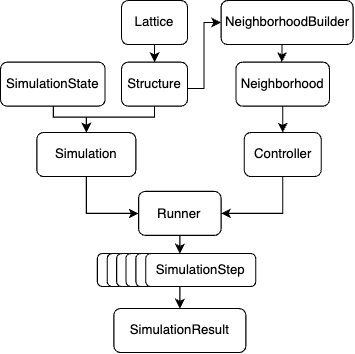
Above: paper/flowchart.png in mcgalcode/pylattica (draw.io), before the change. Source tidied: cells renumbered, new cells last; positions are measured from the earlier drawing's top-left corner, leaving out a move shared by most shapes. Its diagram source:
```xml
<mxGraphModel>
  <root>
    <mxCell id="0" />
    <mxCell id="1" parent="0" />
    <mxCell id="2" style="edgeStyle=orthogonalEdgeStyle;rounded=0;jettySize=auto;html=1;entryX=0;entryY=0.5;entryDx=0;entryDy=0;" parent="1" edge="1" source="3" target="8">
      <mxGeometry relative="1" as="geometry">
        <Array as="points">
          <mxPoint x="185" y="80" />
          <mxPoint x="185" y="20" />
        </Array>
      </mxGeometry>
    </mxCell>
    <mxCell id="3" value="Structure" style="rounded=1;whiteSpace=wrap;html=1;fontSize=12;glass=0;strokeWidth=1;shadow=0;" parent="1" vertex="1">
      <mxGeometry x="110" y="56" width="60" height="40" as="geometry" />
    </mxCell>
    <mxCell id="4" style="edgeStyle=orthogonalEdgeStyle;rounded=0;jettySize=auto;html=1;entryX=0.5;entryY=0;entryDx=0;entryDy=0;" parent="1" edge="1" target="7">
      <mxGeometry relative="1" as="geometry">
        <mxPoint x="48" y="96" as="sourcePoint" />
        <Array as="points">
          <mxPoint x="48" y="106" />
          <mxPoint x="78" y="106" />
        </Array>
      </mxGeometry>
    </mxCell>
    <mxCell id="5" value="SimulationState" style="rounded=1;whiteSpace=wrap;html=1;" parent="1" vertex="1">
      <mxGeometry y="56" width="95" height="40" as="geometry" />
    </mxCell>
    <mxCell id="6" style="edgeStyle=orthogonalEdgeStyle;rounded=0;jettySize=auto;html=1;exitX=0.5;exitY=1;exitDx=0;exitDy=0;entryX=0;entryY=0.5;entryDx=0;entryDy=0;" parent="1" edge="1" source="7" target="12">
      <mxGeometry relative="1" as="geometry" />
    </mxCell>
    <mxCell id="7" value="Simulation" style="rounded=1;whiteSpace=wrap;html=1;" parent="1" vertex="1">
      <mxGeometry x="33" y="120" width="90" height="40" as="geometry" />
    </mxCell>
    <mxCell id="8" value="NeighborhoodBuilder" style="rounded=1;whiteSpace=wrap;html=1;" parent="1" vertex="1">
      <mxGeometry x="200.5" width="120" height="40" as="geometry" />
    </mxCell>
    <mxCell id="9" style="edgeStyle=orthogonalEdgeStyle;rounded=0;jettySize=auto;html=1;exitX=0.5;exitY=1;exitDx=0;exitDy=0;entryX=0.5;entryY=0;entryDx=0;entryDy=0;" parent="1" edge="1" source="10" target="15">
      <mxGeometry relative="1" as="geometry" />
    </mxCell>
    <mxCell id="10" value="Neighborhood" style="rounded=1;whiteSpace=wrap;html=1;" parent="1" vertex="1">
      <mxGeometry x="214" y="56" width="85" height="40" as="geometry" />
    </mxCell>
    <mxCell id="11" style="edgeStyle=orthogonalEdgeStyle;rounded=0;jettySize=auto;html=1;exitX=0.5;exitY=1;exitDx=0;exitDy=0;entryX=0.5;entryY=0;entryDx=0;entryDy=0;" parent="1" edge="1" source="12">
      <mxGeometry relative="1" as="geometry">
        <mxPoint x="163" y="230" as="targetPoint" />
      </mxGeometry>
    </mxCell>
    <mxCell id="12" value="Runner" style="rounded=1;whiteSpace=wrap;html=1;" parent="1" vertex="1">
      <mxGeometry x="125.5" y="173.5" width="75" height="40" as="geometry" />
    </mxCell>
    <mxCell id="13" value="SimulationResult" style="rounded=1;whiteSpace=wrap;html=1;" parent="1" vertex="1">
      <mxGeometry x="103" y="280" width="120" height="40" as="geometry" />
    </mxCell>
    <mxCell id="14" style="edgeStyle=orthogonalEdgeStyle;rounded=0;jettySize=auto;html=1;exitX=0.5;exitY=1;exitDx=0;exitDy=0;entryX=1;entryY=0.5;entryDx=0;entryDy=0;" parent="1" edge="1" source="15" target="12">
      <mxGeometry relative="1" as="geometry" />
    </mxCell>
    <mxCell id="15" value="Controller" style="rounded=1;whiteSpace=wrap;html=1;" parent="1" vertex="1">
      <mxGeometry x="221.5" y="120" width="70" height="40" as="geometry" />
    </mxCell>
    <mxCell id="16" style="edgeStyle=orthogonalEdgeStyle;rounded=0;orthogonalLoop=1;jettySize=auto;html=1;exitX=0.5;exitY=1;exitDx=0;exitDy=0;" parent="1" edge="1">
      <mxGeometry relative="1" as="geometry">
        <mxPoint x="143" y="270" as="sourcePoint" />
        <mxPoint x="143" y="270" as="targetPoint" />
      </mxGeometry>
    </mxCell>
    <mxCell id="17" value="Lattice" style="rounded=1;whiteSpace=wrap;html=1;" parent="1" vertex="1">
      <mxGeometry x="110" width="60" height="40" as="geometry" />
    </mxCell>
    <mxCell id="18" style="edgeStyle=orthogonalEdgeStyle;rounded=0;jettySize=auto;html=1;exitX=0.5;exitY=1;exitDx=0;exitDy=0;entryX=0.5;entryY=0;entryDx=0;entryDy=0;" parent="1" edge="1" target="13">
      <mxGeometry relative="1" as="geometry">
        <mxPoint x="163" y="260" as="sourcePoint" />
      </mxGeometry>
    </mxCell>
    <mxCell id="19" style="endArrow=none;html=1;rounded=0;entryX=0.5;entryY=1;entryDx=0;entryDy=0;" parent="1" edge="1" target="3">
      <mxGeometry relative="1" as="geometry">
        <mxPoint x="70" y="106" as="sourcePoint" />
        <Array as="points">
          <mxPoint x="110" y="106" />
          <mxPoint x="140" y="106" />
        </Array>
      </mxGeometry>
    </mxCell>
    <mxCell id="20" value="SimulationStep" style="rounded=1;whiteSpace=wrap;html=1;" parent="1" vertex="1">
      <mxGeometry x="88" y="230" width="100" height="30" as="geometry" />
    </mxCell>
    <mxCell id="21" value="SimulationStep" style="rounded=1;whiteSpace=wrap;html=1;" parent="1" vertex="1">
      <mxGeometry x="97" y="230" width="100" height="30" as="geometry" />
    </mxCell>
    <mxCell id="22" value="SimulationStep" style="rounded=1;whiteSpace=wrap;html=1;" parent="1" vertex="1">
      <mxGeometry x="105.5" y="230" width="100" height="30" as="geometry" />
    </mxCell>
    <mxCell id="23" value="SimulationStep" style="rounded=1;whiteSpace=wrap;html=1;" parent="1" vertex="1">
      <mxGeometry x="114" y="230" width="100" height="30" as="geometry" />
    </mxCell>
    <mxCell id="24" value="SimulationStep" style="rounded=1;whiteSpace=wrap;html=1;" parent="1" vertex="1">
      <mxGeometry x="123" y="230" width="100" height="30" as="geometry" />
    </mxCell>
    <mxCell id="25" value="SimulationStep" style="rounded=1;whiteSpace=wrap;html=1;" parent="1" vertex="1">
      <mxGeometry x="132" y="230" width="100" height="30" as="geometry" />
    </mxCell>
    <mxCell id="26" style="endArrow=classic;html=1;rounded=0;exitX=0.5;exitY=1;exitDx=0;exitDy=0;" parent="1" edge="1" source="17" target="3">
      <mxGeometry relative="1" as="geometry" />
    </mxCell>
    <mxCell id="27" style="endArrow=classic;html=1;rounded=0;exitX=0.47;exitY=1.008;exitDx=0;exitDy=0;exitPerimeter=0;" parent="1" edge="1">
      <mxGeometry relative="1" as="geometry">
        <mxPoint x="255.9" y="40.3" as="sourcePoint" />
        <mxPoint x="255.7" y="56" as="targetPoint" />
      </mxGeometry>
    </mxCell>
  </root>
</mxGraphModel>
```
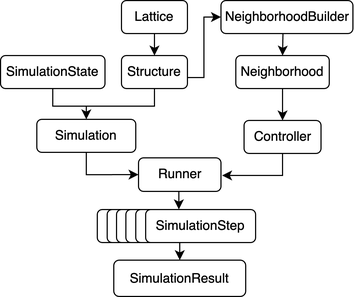
The same file after the commit.

Commit message:
Better resolution flowchart

The edit, as a diff of the source:
```diff
@@ -5,107 +5,104 @@
     <mxCell id="2" style="edgeStyle=orthogonalEdgeStyle;rounded=0;jettySize=auto;html=1;entryX=0;entryY=0.5;entryDx=0;entryDy=0;" parent="1" edge="1" source="3" target="8">
       <mxGeometry relative="1" as="geometry">
         <Array as="points">
-          <mxPoint x="185" y="80" />
-          <mxPoint x="185" y="20" />
+          <mxPoint x="185" y="70" />
+          <mxPoint x="185" y="15" />
         </Array>
       </mxGeometry>
     </mxCell>
     <mxCell id="3" value="Structure" style="rounded=1;whiteSpace=wrap;html=1;fontSize=12;glass=0;strokeWidth=1;shadow=0;" parent="1" vertex="1">
-      <mxGeometry x="110" y="56" width="60" height="40" as="geometry" />
+      <mxGeometry x="110" y="50" width="60" height="30" as="geometry" />
     </mxCell>
-    <mxCell id="4" style="edgeStyle=orthogonalEdgeStyle;rounded=0;jettySize=auto;html=1;entryX=0.5;entryY=0;entryDx=0;entryDy=0;" parent="1" edge="1" target="7">
+    <mxCell id="4" style="edgeStyle=orthogonalEdgeStyle;rounded=0;jettySize=auto;html=1;entryX=0.5;entryY=0;entryDx=0;entryDy=0;exitX=0.5;exitY=1;exitDx=0;exitDy=0;" parent="1" edge="1" source="5" target="7">
       <mxGeometry relative="1" as="geometry">
-        <mxPoint x="48" y="96" as="sourcePoint" />
         <Array as="points">
-          <mxPoint x="48" y="106" />
-          <mxPoint x="78" y="106" />
+          <mxPoint x="48" y="96" />
+          <mxPoint x="78" y="96" />
         </Array>
       </mxGeometry>
     </mxCell>
     <mxCell id="5" value="SimulationState" style="rounded=1;whiteSpace=wrap;html=1;" parent="1" vertex="1">
-      <mxGeometry y="56" width="95" height="40" as="geometry" />
+      <mxGeometry y="50" width="95" height="30" as="geometry" />
     </mxCell>
     <mxCell id="6" style="edgeStyle=orthogonalEdgeStyle;rounded=0;jettySize=auto;html=1;exitX=0.5;exitY=1;exitDx=0;exitDy=0;entryX=0;entryY=0.5;entryDx=0;entryDy=0;" parent="1" edge="1" source="7" target="12">
       <mxGeometry relative="1" as="geometry" />
     </mxCell>
     <mxCell id="7" value="Simulation" style="rounded=1;whiteSpace=wrap;html=1;" parent="1" vertex="1">
-      <mxGeometry x="33" y="120" width="90" height="40" as="geometry" />
+      <mxGeometry x="33" y="108" width="90" height="30" as="geometry" />
     </mxCell>
     <mxCell id="8" value="NeighborhoodBuilder" style="rounded=1;whiteSpace=wrap;html=1;" parent="1" vertex="1">
-      <mxGeometry x="200.5" width="120" height="40" as="geometry" />
+      <mxGeometry x="200.5" width="120" height="30" as="geometry" />
     </mxCell>
     <mxCell id="9" style="edgeStyle=orthogonalEdgeStyle;rounded=0;jettySize=auto;html=1;exitX=0.5;exitY=1;exitDx=0;exitDy=0;entryX=0.5;entryY=0;entryDx=0;entryDy=0;" parent="1" edge="1" source="10" target="15">
       <mxGeometry relative="1" as="geometry" />
     </mxCell>
     <mxCell id="10" value="Neighborhood" style="rounded=1;whiteSpace=wrap;html=1;" parent="1" vertex="1">
-      <mxGeometry x="214" y="56" width="85" height="40" as="geometry" />
+      <mxGeometry x="214" y="50" width="85" height="30" as="geometry" />
     </mxCell>
-    <mxCell id="11" style="edgeStyle=orthogonalEdgeStyle;rounded=0;jettySize=auto;html=1;exitX=0.5;exitY=1;exitDx=0;exitDy=0;entryX=0.5;entryY=0;entryDx=0;entryDy=0;" parent="1" edge="1" source="12">
+    <mxCell id="11" style="edgeStyle=orthogonalEdgeStyle;rounded=0;orthogonalLoop=1;jettySize=auto;html=1;exitX=0.5;exitY=1;exitDx=0;exitDy=0;entryX=0.292;entryY=-0.005;entryDx=0;entryDy=0;entryPerimeter=0;" parent="1" edge="1">
       <mxGeometry relative="1" as="geometry">
-        <mxPoint x="163" y="230" as="targetPoint" />
+        <mxPoint x="164" y="173.5" as="sourcePoint" />
+        <mxPoint x="162.2" y="189.9" as="targetPoint" />
       </mxGeometry>
     </mxCell>
     <mxCell id="12" value="Runner" style="rounded=1;whiteSpace=wrap;html=1;" parent="1" vertex="1">
-      <mxGeometry x="125.5" y="173.5" width="75" height="40" as="geometry" />
+      <mxGeometry x="125.5" y="143" width="75" height="30.5" as="geometry" />
     </mxCell>
     <mxCell id="13" value="SimulationResult" style="rounded=1;whiteSpace=wrap;html=1;" parent="1" vertex="1">
-      <mxGeometry x="103" y="280" width="120" height="40" as="geometry" />
+      <mxGeometry x="103" y="236" width="120" height="33" as="geometry" />
     </mxCell>
     <mxCell id="14" style="edgeStyle=orthogonalEdgeStyle;rounded=0;jettySize=auto;html=1;exitX=0.5;exitY=1;exitDx=0;exitDy=0;entryX=1;entryY=0.5;entryDx=0;entryDy=0;" parent="1" edge="1" source="15" target="12">
       <mxGeometry relative="1" as="geometry" />
     </mxCell>
     <mxCell id="15" value="Controller" style="rounded=1;whiteSpace=wrap;html=1;" parent="1" vertex="1">
-      <mxGeometry x="221.5" y="120" width="70" height="40" as="geometry" />
+      <mxGeometry x="221.5" y="109" width="70" height="30" as="geometry" />
     </mxCell>
     <mxCell id="16" style="edgeStyle=orthogonalEdgeStyle;rounded=0;orthogonalLoop=1;jettySize=auto;html=1;exitX=0.5;exitY=1;exitDx=0;exitDy=0;" parent="1" edge="1">
       <mxGeometry relative="1" as="geometry">
-        <mxPoint x="143" y="270" as="sourcePoint" />
-        <mxPoint x="143" y="270" as="targetPoint" />
+        <mxPoint x="143" y="230" as="sourcePoint" />
+        <mxPoint x="143" y="230" as="targetPoint" />
       </mxGeometry>
     </mxCell>
     <mxCell id="17" value="Lattice" style="rounded=1;whiteSpace=wrap;html=1;" parent="1" vertex="1">
-      <mxGeometry x="110" width="60" height="40" as="geometry" />
+      <mxGeometry x="110" width="60" height="30" as="geometry" />
     </mxCell>
     <mxCell id="18" style="edgeStyle=orthogonalEdgeStyle;rounded=0;jettySize=auto;html=1;exitX=0.5;exitY=1;exitDx=0;exitDy=0;entryX=0.5;entryY=0;entryDx=0;entryDy=0;" parent="1" edge="1" target="13">
       <mxGeometry relative="1" as="geometry">
-        <mxPoint x="163" y="260" as="sourcePoint" />
+        <mxPoint x="163" y="220" as="sourcePoint" />
       </mxGeometry>
     </mxCell>
     <mxCell id="19" style="endArrow=none;html=1;rounded=0;entryX=0.5;entryY=1;entryDx=0;entryDy=0;" parent="1" edge="1" target="3">
       <mxGeometry relative="1" as="geometry">
-        <mxPoint x="70" y="106" as="sourcePoint" />
+        <mxPoint x="70" y="96" as="sourcePoint" />
         <Array as="points">
-          <mxPoint x="110" y="106" />
-          <mxPoint x="140" y="106" />
+          <mxPoint x="110" y="96" />
+          <mxPoint x="140" y="96" />
         </Array>
       </mxGeometry>
     </mxCell>
     <mxCell id="20" value="SimulationStep" style="rounded=1;whiteSpace=wrap;html=1;" parent="1" vertex="1">
-      <mxGeometry x="88" y="230" width="100" height="30" as="geometry" />
+      <mxGeometry x="88" y="190" width="100" height="30" as="geometry" />
     </mxCell>
     <mxCell id="21" value="SimulationStep" style="rounded=1;whiteSpace=wrap;html=1;" parent="1" vertex="1">
-      <mxGeometry x="97" y="230" width="100" height="30" as="geometry" />
+      <mxGeometry x="97" y="190" width="100" height="30" as="geometry" />
     </mxCell>
     <mxCell id="22" value="SimulationStep" style="rounded=1;whiteSpace=wrap;html=1;" parent="1" vertex="1">
-      <mxGeometry x="105.5" y="230" width="100" height="30" as="geometry" />
+      <mxGeometry x="105.5" y="190" width="100" height="30" as="geometry" />
     </mxCell>
     <mxCell id="23" value="SimulationStep" style="rounded=1;whiteSpace=wrap;html=1;" parent="1" vertex="1">
-      <mxGeometry x="114" y="230" width="100" height="30" as="geometry" />
+      <mxGeometry x="114" y="190" width="100" height="30" as="geometry" />
     </mxCell>
     <mxCell id="24" value="SimulationStep" style="rounded=1;whiteSpace=wrap;html=1;" parent="1" vertex="1">
-      <mxGeometry x="123" y="230" width="100" height="30" as="geometry" />
+      <mxGeometry x="123" y="190" width="100" height="30" as="geometry" />
     </mxCell>
     <mxCell id="25" value="SimulationStep" style="rounded=1;whiteSpace=wrap;html=1;" parent="1" vertex="1">
-      <mxGeometry x="132" y="230" width="100" height="30" as="geometry" />
+      <mxGeometry x="132" y="190" width="100" height="30" as="geometry" />
     </mxCell>
     <mxCell id="26" style="endArrow=classic;html=1;rounded=0;exitX=0.5;exitY=1;exitDx=0;exitDy=0;" parent="1" edge="1" source="17" target="3">
       <mxGeometry relative="1" as="geometry" />
     </mxCell>
-    <mxCell id="27" style="endArrow=classic;html=1;rounded=0;exitX=0.47;exitY=1.008;exitDx=0;exitDy=0;exitPerimeter=0;" parent="1" edge="1">
-      <mxGeometry relative="1" as="geometry">
-        <mxPoint x="255.9" y="40.3" as="sourcePoint" />
-        <mxPoint x="255.7" y="56" as="targetPoint" />
-      </mxGeometry>
+    <mxCell id="27" style="endArrow=classic;html=1;rounded=0;exitX=0.47;exitY=0.985;exitDx=0;exitDy=0;exitPerimeter=0;entryX=0.5;entryY=0;entryDx=0;entryDy=0;" parent="1" edge="1" source="8" target="10">
+      <mxGeometry relative="1" as="geometry" />
     </mxCell>
   </root>
 </mxGraphModel>
```
